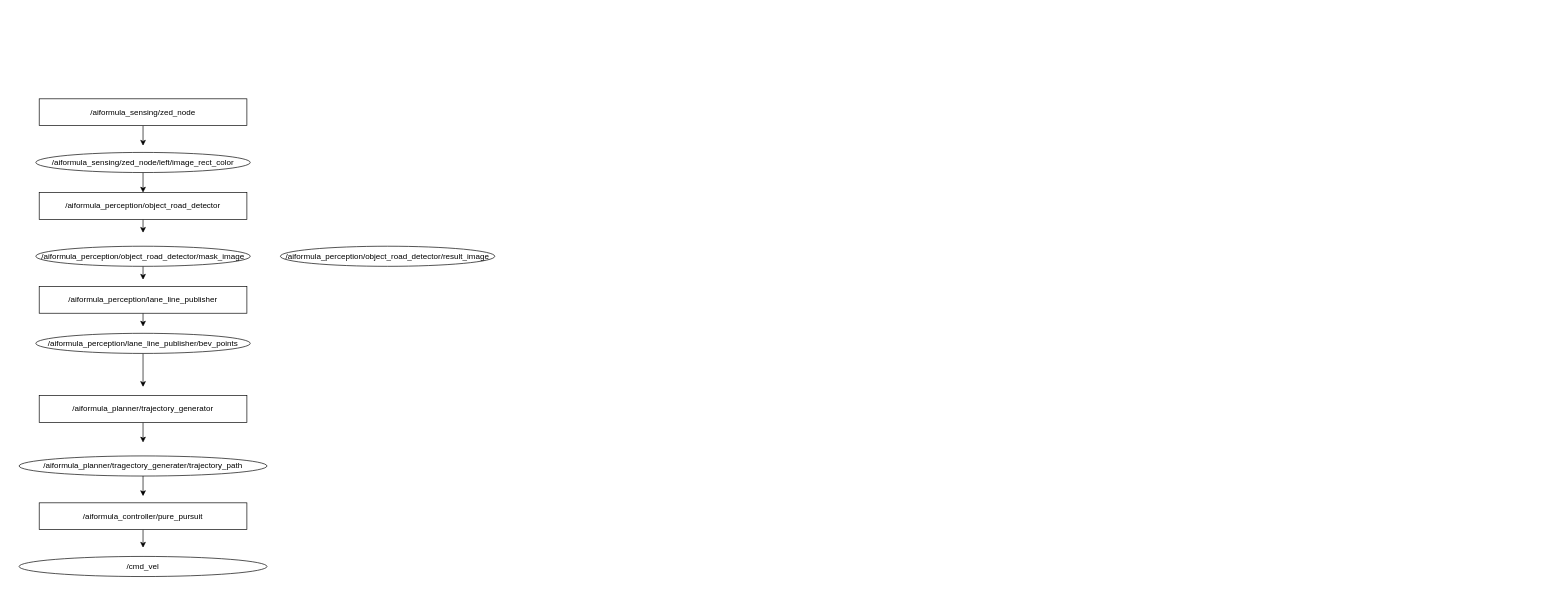
aiformula-support/aiformula_common keeps this draw.io diagram as documents/system_architecture.drawio. Above is the earlier version. Source tidied: cells renumbered, new cells numbered last; positions are measured from the earlier drawing's top-left corner, leaving out a move shared by most shapes. Both pictures are drawn from the tidied source at 67%, with x=0, y=0 at pixel (19, 98).
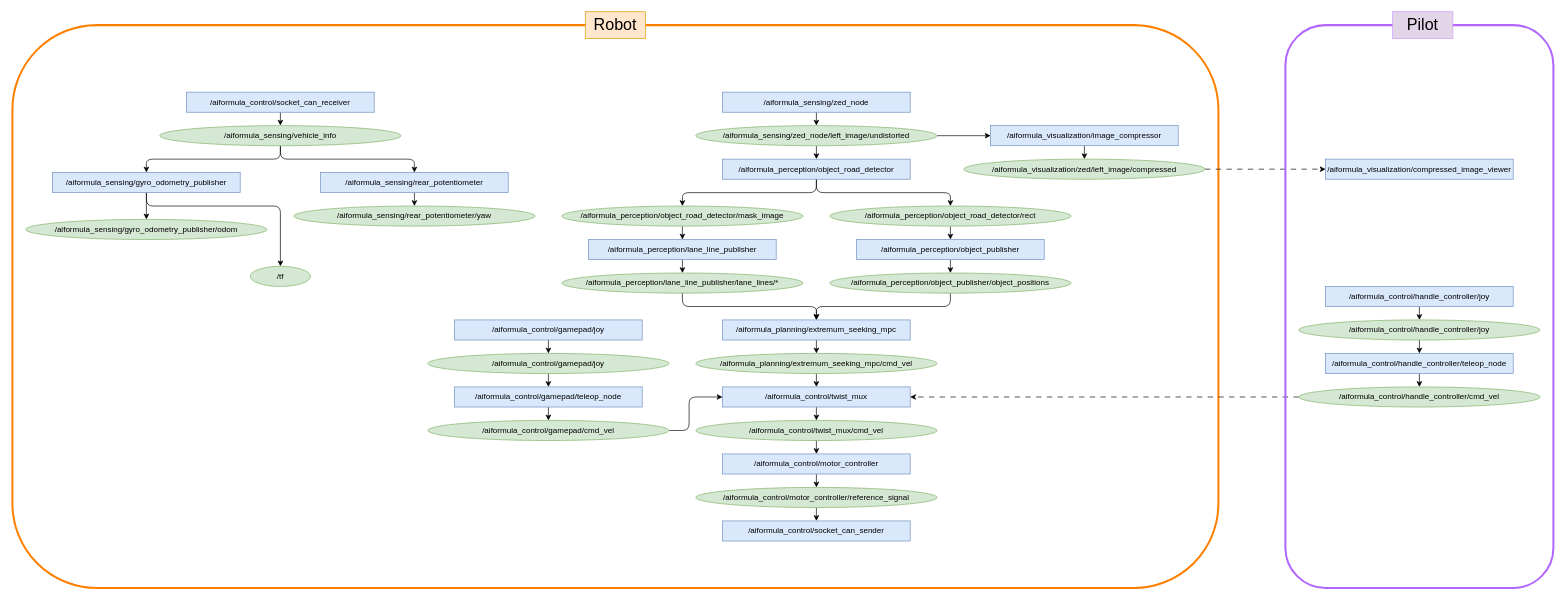
After the change.

What changed in the source:
```diff
@@
+    <mxCell id="22" style="rounded=1;whiteSpace=wrap;html=1;fillColor=none;strokeColor=#FF8000;strokeWidth=3;" parent="1" vertex="1">
+      <mxGeometry x="-10" y="-110" width="1800" height="840" as="geometry" />
+    </mxCell>
-    <mxCell id="2" style="edgeStyle=none;html=1;" parent="1" edge="1" source="3">
-      <mxGeometry relative="1" as="geometry">
-        <mxPoint x="185" y="70" as="targetPoint" />
-      </mxGeometry>
+    <mxCell id="2" style="edgeStyle=none;html=1;entryX=0.5;entryY=0;entryDx=0;entryDy=0;exitX=0.5;exitY=1;exitDx=0;exitDy=0;" parent="1" edge="1" source="3" target="7">
+      <mxGeometry relative="1" as="geometry" />
     </mxCell>
-    <mxCell id="3" value="/aiformula_sensing/zed_node" style="whiteSpace=wrap;html=1;" parent="1" vertex="1">
-      <mxGeometry x="30" width="310" height="40" as="geometry" />
+    <mxCell id="3" value="/aiformula_sensing/zed_node" style="whiteSpace=wrap;html=1;fillColor=#dae8fc;strokeColor=#6c8ebf;" parent="1" vertex="1">
+      <mxGeometry x="1050" y="-10" width="280" height="30" as="geometry" />
     </mxCell>
-    <mxCell id="4" style="edgeStyle=none;html=1;exitX=0.5;exitY=1;exitDx=0;exitDy=0;" parent="1" edge="1" source="5">
-      <mxGeometry relative="1" as="geometry">
-        <mxPoint x="185" y="200" as="targetPoint" />
-      </mxGeometry>
-    </mxCell>
+    <mxCell id="23" style="edgeStyle=orthogonalEdgeStyle;html=1;exitX=0.5;exitY=1;exitDx=0;exitDy=0;entryX=0.5;entryY=0;entryDx=0;entryDy=0;" parent="1" edge="1" source="5" target="10">
+      <mxGeometry relative="1" as="geometry" />
+    </mxCell>
+    <mxCell id="24" style="edgeStyle=orthogonalEdgeStyle;html=1;exitX=0.5;exitY=1;exitDx=0;exitDy=0;entryX=0.5;entryY=0;entryDx=0;entryDy=0;" parent="1" edge="1" source="5" target="12">
+      <mxGeometry relative="1" as="geometry" />
+    </mxCell>
-    <mxCell id="5" value="/aiformula_perception/object_road_detector" style="whiteSpace=wrap;html=1;" parent="1" vertex="1">
-      <mxGeometry x="30" y="140" width="310" height="40" as="geometry" />
+    <mxCell id="5" value="/aiformula_perception/object_road_detector" style="whiteSpace=wrap;html=1;fillColor=#dae8fc;strokeColor=#6c8ebf;" parent="1" vertex="1">
+      <mxGeometry x="1050" y="90" width="280" height="30" as="geometry" />
     </mxCell>
@@
+    <mxCell id="25" style="edgeStyle=none;html=1;exitX=1;exitY=0.5;exitDx=0;exitDy=0;entryX=0;entryY=0.5;entryDx=0;entryDy=0;" parent="1" edge="1" source="7" target="41">
+      <mxGeometry relative="1" as="geometry" />
+    </mxCell>
-    <mxCell id="7" value="/aiformula_sensing/zed_node/left/image_rect_color" style="ellipse;whiteSpace=wrap;html=1;" parent="1" vertex="1">
-      <mxGeometry x="25" y="80" width="320" height="30" as="geometry" />
+    <mxCell id="7" value="/aiformula_sensing/zed_node/left_image/undistorted" style="ellipse;whiteSpace=wrap;html=1;fillColor=#d5e8d4;strokeColor=#82b366;" parent="1" vertex="1">
+      <mxGeometry x="1010" y="40" width="360" height="30" as="geometry" />
     </mxCell>
-    <mxCell id="8" style="edgeStyle=none;html=1;exitX=0.5;exitY=1;exitDx=0;exitDy=0;" parent="1" edge="1" source="9">
-      <mxGeometry relative="1" as="geometry">
-        <mxPoint x="185" y="340" as="targetPoint" />
-      </mxGeometry>
+    <mxCell id="8" style="edgeStyle=none;html=1;exitX=0.5;exitY=1;exitDx=0;exitDy=0;entryX=0.5;entryY=0;entryDx=0;entryDy=0;" parent="1" edge="1" source="9" target="16">
+      <mxGeometry relative="1" as="geometry" />
     </mxCell>
-    <mxCell id="9" value="/aiformula_perception/lane_line_publisher" style="whiteSpace=wrap;html=1;" parent="1" vertex="1">
-      <mxGeometry x="30" y="280" width="310" height="40" as="geometry" />
+    <mxCell id="9" value="/aiformula_perception/lane_line_publisher" style="whiteSpace=wrap;html=1;fillColor=#dae8fc;strokeColor=#6c8ebf;" parent="1" vertex="1">
+      <mxGeometry x="850" y="210" width="280" height="30" as="geometry" />
     </mxCell>
+    <mxCell id="26" style="edgeStyle=none;html=1;exitX=0.5;exitY=1;exitDx=0;exitDy=0;entryX=0.5;entryY=0;entryDx=0;entryDy=0;" parent="1" edge="1" source="10" target="29">
+      <mxGeometry relative="1" as="geometry" />
+    </mxCell>
-    <mxCell id="10" value="/aiformula_perception/object_road_detector/result_image" style="ellipse;whiteSpace=wrap;html=1;" parent="1" vertex="1">
-      <mxGeometry x="390" y="220" width="320" height="30" as="geometry" />
+    <mxCell id="10" value="/aiformula_perception/object_road_detector/rect" style="ellipse;whiteSpace=wrap;html=1;fillColor=#d5e8d4;strokeColor=#82b366;" parent="1" vertex="1">
+      <mxGeometry x="1210" y="160" width="360" height="30" as="geometry" />
     </mxCell>
-    <mxCell id="11" style="edgeStyle=none;html=1;exitX=0.5;exitY=1;exitDx=0;exitDy=0;" parent="1" edge="1" source="12">
-      <mxGeometry relative="1" as="geometry">
-        <mxPoint x="185" y="270" as="targetPoint" />
-      </mxGeometry>
+    <mxCell id="11" style="edgeStyle=none;html=1;exitX=0.5;exitY=1;exitDx=0;exitDy=0;entryX=0.5;entryY=0;entryDx=0;entryDy=0;" parent="1" edge="1" source="12" target="9">
+      <mxGeometry relative="1" as="geometry" />
     </mxCell>
-    <mxCell id="12" value="/aiformula_perception/object_road_detector/mask_image" style="ellipse;whiteSpace=wrap;html=1;" parent="1" vertex="1">
-      <mxGeometry x="25" y="220" width="320" height="30" as="geometry" />
+    <mxCell id="12" value="/aiformula_perception/object_road_detector/mask_image" style="ellipse;whiteSpace=wrap;html=1;fillColor=#d5e8d4;strokeColor=#82b366;" parent="1" vertex="1">
+      <mxGeometry x="810" y="160" width="360" height="30" as="geometry" />
     </mxCell>
-    <mxCell id="13" style="edgeStyle=none;html=1;exitX=0.5;exitY=1;exitDx=0;exitDy=0;" parent="1" edge="1" source="14">
-      <mxGeometry relative="1" as="geometry">
-        <mxPoint x="185" y="513" as="targetPoint" />
-      </mxGeometry>
+    <mxCell id="13" style="edgeStyle=none;html=1;exitX=0.5;exitY=1;exitDx=0;exitDy=0;entryX=0.5;entryY=0;entryDx=0;entryDy=0;" parent="1" edge="1" source="14" target="18">
+      <mxGeometry relative="1" as="geometry" />
     </mxCell>
-    <mxCell id="14" value="/aiformula_planner/trajectory_generator" style="whiteSpace=wrap;html=1;" parent="1" vertex="1">
-      <mxGeometry x="30" y="443" width="310" height="40" as="geometry" />
+    <mxCell id="14" value="/aiformula_planning/extremum_seeking_mpc" style="whiteSpace=wrap;html=1;fillColor=#dae8fc;strokeColor=#6c8ebf;" parent="1" vertex="1">
+      <mxGeometry x="1050" y="330" width="280" height="30" as="geometry" />
     </mxCell>
-    <mxCell id="15" style="edgeStyle=none;html=1;exitX=0.5;exitY=1;exitDx=0;exitDy=0;" parent="1" edge="1" source="16">
-      <mxGeometry relative="1" as="geometry">
-        <mxPoint x="185" y="430" as="targetPoint" />
-      </mxGeometry>
+    <mxCell id="15" style="edgeStyle=orthogonalEdgeStyle;html=1;exitX=0.5;exitY=1;exitDx=0;exitDy=0;entryX=0.5;entryY=0;entryDx=0;entryDy=0;" parent="1" edge="1" source="16" target="14">
+      <mxGeometry relative="1" as="geometry" />
     </mxCell>
-    <mxCell id="16" value="/aiformula_perception/lane_line_publisher/bev_points" style="ellipse;whiteSpace=wrap;html=1;" parent="1" vertex="1">
-      <mxGeometry x="25" y="350" width="320" height="30" as="geometry" />
+    <mxCell id="16" value="/aiformula_perception/lane_line_publisher/lane_lines/*" style="ellipse;whiteSpace=wrap;html=1;fillColor=#d5e8d4;strokeColor=#82b366;" parent="1" vertex="1">
+      <mxGeometry x="810" y="260" width="360" height="30" as="geometry" />
     </mxCell>
-    <mxCell id="17" style="edgeStyle=none;html=1;exitX=0.5;exitY=1;exitDx=0;exitDy=0;" parent="1" edge="1" source="18">
-      <mxGeometry relative="1" as="geometry">
-        <mxPoint x="185" y="593" as="targetPoint" />
-      </mxGeometry>
+    <mxCell id="17" style="edgeStyle=none;html=1;exitX=0.5;exitY=1;exitDx=0;exitDy=0;entryX=0.5;entryY=0;entryDx=0;entryDy=0;" parent="1" edge="1" source="18" target="20">
+      <mxGeometry relative="1" as="geometry" />
     </mxCell>
-    <mxCell id="18" value="/aiformula_planner/tragectory_generater/trajectory_path" style="ellipse;whiteSpace=wrap;html=1;" parent="1" vertex="1">
-      <mxGeometry y="533" width="370" height="30" as="geometry" />
+    <mxCell id="18" value="/aiformula_planning/extremum_seeking_mpc/cmd_vel" style="ellipse;whiteSpace=wrap;html=1;fillColor=#d5e8d4;strokeColor=#82b366;" parent="1" vertex="1">
+      <mxGeometry x="1010" y="380" width="360" height="30" as="geometry" />
     </mxCell>
-    <mxCell id="19" style="edgeStyle=none;html=1;exitX=0.5;exitY=1;exitDx=0;exitDy=0;" parent="1" edge="1" source="20">
-      <mxGeometry relative="1" as="geometry">
-        <mxPoint x="185" y="670" as="targetPoint" />
-      </mxGeometry>
+    <mxCell id="19" style="edgeStyle=none;html=1;exitX=0.5;exitY=1;exitDx=0;exitDy=0;entryX=0.5;entryY=0;entryDx=0;entryDy=0;" parent="1" edge="1" source="20" target="21">
+      <mxGeometry relative="1" as="geometry" />
     </mxCell>
-    <mxCell id="20" value="/aiformula_controller/pure_pursuit" style="whiteSpace=wrap;html=1;" parent="1" vertex="1">
-      <mxGeometry x="30" y="603" width="310" height="40" as="geometry" />
+    <mxCell id="20" value="/aiformula_control/twist_mux" style="whiteSpace=wrap;html=1;fillColor=#dae8fc;strokeColor=#6c8ebf;" parent="1" vertex="1">
+      <mxGeometry x="1050" y="430" width="280" height="30" as="geometry" />
     </mxCell>
+    <mxCell id="27" style="edgeStyle=none;html=1;exitX=0.5;exitY=1;exitDx=0;exitDy=0;entryX=0.5;entryY=0;entryDx=0;entryDy=0;" parent="1" edge="1" source="21" target="53">
+      <mxGeometry relative="1" as="geometry" />
+    </mxCell>
-    <mxCell id="21" value="/cmd_vel" style="ellipse;whiteSpace=wrap;html=1;" parent="1" vertex="1">
-      <mxGeometry y="683" width="370" height="30" as="geometry" />
+    <mxCell id="21" value="/aiformula_control/twist_mux/cmd_vel" style="ellipse;whiteSpace=wrap;html=1;fillColor=#d5e8d4;strokeColor=#82b366;" parent="1" vertex="1">
+      <mxGeometry x="1010" y="480" width="360" height="30" as="geometry" />
     </mxCell>
+    <mxCell id="28" style="edgeStyle=none;html=1;entryX=0.5;entryY=0;entryDx=0;entryDy=0;exitX=0.5;exitY=1;exitDx=0;exitDy=0;" parent="1" edge="1" source="29" target="31">
+      <mxGeometry relative="1" as="geometry" />
+    </mxCell>
+    <mxCell id="29" value="/aiformula_perception/object_publisher" style="whiteSpace=wrap;html=1;fillColor=#dae8fc;strokeColor=#6c8ebf;" parent="1" vertex="1">
+      <mxGeometry x="1250" y="210" width="280" height="30" as="geometry" />
+    </mxCell>
+    <mxCell id="30" style="edgeStyle=orthogonalEdgeStyle;html=1;exitX=0.5;exitY=1;exitDx=0;exitDy=0;entryX=0.5;entryY=0;entryDx=0;entryDy=0;" parent="1" edge="1" source="31" target="14">
+      <mxGeometry relative="1" as="geometry" />
+    </mxCell>
+    <mxCell id="31" value="/aiformula_perception/object_publisher/object_positions" style="ellipse;whiteSpace=wrap;html=1;fillColor=#d5e8d4;strokeColor=#82b366;" parent="1" vertex="1">
+      <mxGeometry x="1210" y="260" width="360" height="30" as="geometry" />
+    </mxCell>
+    <mxCell id="32" style="edgeStyle=none;html=1;entryX=0.5;entryY=0;entryDx=0;entryDy=0;exitX=0.5;exitY=1;exitDx=0;exitDy=0;" parent="1" edge="1" source="33" target="35">
+      <mxGeometry relative="1" as="geometry" />
+    </mxCell>
+    <mxCell id="33" value="/aiformula_control/gamepad/joy" style="whiteSpace=wrap;html=1;fillColor=#dae8fc;strokeColor=#6c8ebf;" parent="1" vertex="1">
+      <mxGeometry x="650" y="330" width="280" height="30" as="geometry" />
+    </mxCell>
+    <mxCell id="34" style="edgeStyle=none;html=1;exitX=0.5;exitY=1;exitDx=0;exitDy=0;entryX=0.5;entryY=0;entryDx=0;entryDy=0;" parent="1" edge="1" source="35" target="37">
+      <mxGeometry relative="1" as="geometry" />
+    </mxCell>
+    <mxCell id="35" value="&lt;span style=&quot;color: rgb(0, 0, 0);&quot;&gt;/aiformula_control/gamepad/joy&lt;/span&gt;" style="ellipse;whiteSpace=wrap;html=1;fillColor=#d5e8d4;strokeColor=#82b366;" parent="1" vertex="1">
+      <mxGeometry x="610" y="380" width="360" height="30" as="geometry" />
+    </mxCell>
+    <mxCell id="36" style="edgeStyle=none;html=1;entryX=0.5;entryY=0;entryDx=0;entryDy=0;exitX=0.5;exitY=1;exitDx=0;exitDy=0;" parent="1" edge="1" source="37" target="39">
+      <mxGeometry relative="1" as="geometry" />
+    </mxCell>
+    <mxCell id="37" value="/aiformula_control/gamepad/teleop_node" style="whiteSpace=wrap;html=1;fillColor=#dae8fc;strokeColor=#6c8ebf;" parent="1" vertex="1">
+      <mxGeometry x="650" y="430" width="280" height="30" as="geometry" />
+    </mxCell>
+    <mxCell id="38" style="html=1;exitX=1;exitY=0.5;exitDx=0;exitDy=0;entryX=0;entryY=0.5;entryDx=0;entryDy=0;edgeStyle=orthogonalEdgeStyle;" parent="1" edge="1" source="39" target="20">
+      <mxGeometry relative="1" as="geometry">
+        <Array as="points">
+          <mxPoint x="1000" y="495" />
+          <mxPoint x="1000" y="445" />
+        </Array>
+      </mxGeometry>
+    </mxCell>
+    <mxCell id="39" value="&lt;span style=&quot;color: rgb(0, 0, 0);&quot;&gt;/aiformula_control/gamepad/cmd_vel&lt;/span&gt;" style="ellipse;whiteSpace=wrap;html=1;fillColor=#d5e8d4;strokeColor=#82b366;" parent="1" vertex="1">
+      <mxGeometry x="610" y="480" width="360" height="30" as="geometry" />
+    </mxCell>
+    <mxCell id="40" style="edgeStyle=none;html=1;entryX=0.5;entryY=0;entryDx=0;entryDy=0;exitX=0.5;exitY=1;exitDx=0;exitDy=0;" parent="1" edge="1" source="41" target="43">
+      <mxGeometry relative="1" as="geometry" />
+    </mxCell>
+    <mxCell id="41" value="/aiformula_visualization/image_compressor" style="whiteSpace=wrap;html=1;fillColor=#dae8fc;strokeColor=#6c8ebf;" parent="1" vertex="1">
+      <mxGeometry x="1450" y="40" width="280" height="30" as="geometry" />
+    </mxCell>
+    <mxCell id="42" style="edgeStyle=none;html=1;exitX=1;exitY=0.5;exitDx=0;exitDy=0;entryX=0;entryY=0.5;entryDx=0;entryDy=0;dashed=1;dashPattern=8 8;" parent="1" edge="1" source="43" target="69">
+      <mxGeometry relative="1" as="geometry" />
+    </mxCell>
+    <mxCell id="43" value="&lt;span style=&quot;color: rgb(0, 0, 0);&quot;&gt;/aiformula_&lt;span style=&quot;color: rgb(0, 0, 0);&quot;&gt;visualization&lt;/span&gt;/zed/left_image/compressed&lt;/span&gt;" style="ellipse;whiteSpace=wrap;html=1;fillColor=#d5e8d4;strokeColor=#82b366;" parent="1" vertex="1">
+      <mxGeometry x="1410" y="90" width="360" height="30" as="geometry" />
+    </mxCell>
+    <mxCell id="44" style="edgeStyle=none;html=1;entryX=0.5;entryY=0;entryDx=0;entryDy=0;exitX=0.5;exitY=1;exitDx=0;exitDy=0;" parent="1" edge="1" source="45" target="47">
+      <mxGeometry relative="1" as="geometry" />
+    </mxCell>
+    <mxCell id="45" value="/aiformula_control/handle_controller/joy" style="whiteSpace=wrap;html=1;fillColor=#dae8fc;strokeColor=#6c8ebf;" parent="1" vertex="1">
+      <mxGeometry x="1950" y="280" width="280" height="30" as="geometry" />
+    </mxCell>
+    <mxCell id="46" style="edgeStyle=none;html=1;exitX=0.5;exitY=1;exitDx=0;exitDy=0;entryX=0.5;entryY=0;entryDx=0;entryDy=0;" parent="1" edge="1" source="47" target="49">
+      <mxGeometry relative="1" as="geometry" />
+    </mxCell>
+    <mxCell id="47" value="&lt;span style=&quot;color: rgb(0, 0, 0);&quot;&gt;/aiformula_control/&lt;span style=&quot;color: rgb(0, 0, 0);&quot;&gt;handle_controller&lt;/span&gt;/joy&lt;/span&gt;" style="ellipse;whiteSpace=wrap;html=1;fillColor=#d5e8d4;strokeColor=#82b366;" parent="1" vertex="1">
+      <mxGeometry x="1910" y="330" width="360" height="30" as="geometry" />
+    </mxCell>
+    <mxCell id="48" style="edgeStyle=none;html=1;entryX=0.5;entryY=0;entryDx=0;entryDy=0;exitX=0.5;exitY=1;exitDx=0;exitDy=0;" parent="1" edge="1" source="49" target="51">
+      <mxGeometry relative="1" as="geometry" />
+    </mxCell>
+    <mxCell id="49" value="/aiformula_control/&lt;span style=&quot;color: rgb(0, 0, 0);&quot;&gt;handle_controller&lt;/span&gt;/teleop_node" style="whiteSpace=wrap;html=1;fillColor=#dae8fc;strokeColor=#6c8ebf;" parent="1" vertex="1">
+      <mxGeometry x="1950" y="380" width="280" height="30" as="geometry" />
+    </mxCell>
+    <mxCell id="50" style="edgeStyle=none;html=1;exitX=0;exitY=0.5;exitDx=0;exitDy=0;entryX=1;entryY=0.5;entryDx=0;entryDy=0;dashed=1;dashPattern=8 8;" parent="1" edge="1" source="51" target="20">
+      <mxGeometry relative="1" as="geometry" />
+    </mxCell>
+    <mxCell id="51" value="&lt;span style=&quot;color: rgb(0, 0, 0);&quot;&gt;/aiformula_control/&lt;span style=&quot;color: rgb(0, 0, 0);&quot;&gt;handle_controller&lt;/span&gt;/cmd_vel&lt;/span&gt;" style="ellipse;whiteSpace=wrap;html=1;fillColor=#d5e8d4;strokeColor=#82b366;" parent="1" vertex="1">
+      <mxGeometry x="1910" y="430" width="360" height="30" as="geometry" />
+    </mxCell>
+    <mxCell id="52" style="edgeStyle=none;html=1;exitX=0.5;exitY=1;exitDx=0;exitDy=0;entryX=0.5;entryY=0;entryDx=0;entryDy=0;" parent="1" edge="1" source="53" target="55">
+      <mxGeometry relative="1" as="geometry" />
+    </mxCell>
+    <mxCell id="53" value="/aiformula_control/motor_controller" style="whiteSpace=wrap;html=1;fillColor=#dae8fc;strokeColor=#6c8ebf;" parent="1" vertex="1">
+      <mxGeometry x="1050" y="530" width="280" height="30" as="geometry" />
+    </mxCell>
+    <mxCell id="54" style="edgeStyle=none;html=1;exitX=0.5;exitY=1;exitDx=0;exitDy=0;entryX=0.5;entryY=0;entryDx=0;entryDy=0;" parent="1" edge="1" source="55" target="56">
+      <mxGeometry relative="1" as="geometry" />
+    </mxCell>
+    <mxCell id="55" value="&lt;span style=&quot;color: rgb(0, 0, 0);&quot;&gt;/aiformula_control/motor_controller/reference_signal&lt;/span&gt;" style="ellipse;whiteSpace=wrap;html=1;fillColor=#d5e8d4;strokeColor=#82b366;" parent="1" vertex="1">
+      <mxGeometry x="1010" y="580" width="360" height="30" as="geometry" />
+    </mxCell>
+    <mxCell id="56" value="/aiformula_control/socket_can_sender" style="whiteSpace=wrap;html=1;fillColor=#dae8fc;strokeColor=#6c8ebf;" parent="1" vertex="1">
+      <mxGeometry x="1050" y="630" width="280" height="30" as="geometry" />
+    </mxCell>
+    <mxCell id="57" style="edgeStyle=none;html=1;entryX=0.5;entryY=0;entryDx=0;entryDy=0;exitX=0.5;exitY=1;exitDx=0;exitDy=0;" parent="1" edge="1" source="58" target="64">
+      <mxGeometry relative="1" as="geometry" />
+    </mxCell>
+    <mxCell id="58" value="&lt;span style=&quot;color: rgb(0, 0, 0);&quot;&gt;/aiformula_control/socket_can_receiver&lt;/span&gt;" style="whiteSpace=wrap;html=1;fillColor=#dae8fc;strokeColor=#6c8ebf;" parent="1" vertex="1">
+      <mxGeometry x="250" y="-10" width="280" height="30" as="geometry" />
+    </mxCell>
+    <mxCell id="59" style="edgeStyle=none;html=1;exitX=0.5;exitY=1;exitDx=0;exitDy=0;entryX=0.5;entryY=0;entryDx=0;entryDy=0;" parent="1" edge="1" source="61" target="65">
+      <mxGeometry relative="1" as="geometry" />
+    </mxCell>
+    <mxCell id="60" style="edgeStyle=orthogonalEdgeStyle;html=1;exitX=0.5;exitY=1;exitDx=0;exitDy=0;entryX=0.5;entryY=0;entryDx=0;entryDy=0;" parent="1" edge="1" source="61" target="70">
+      <mxGeometry relative="1" as="geometry">
+        <Array as="points">
+          <mxPoint x="190" y="160" />
+          <mxPoint x="390" y="160" />
+        </Array>
+      </mxGeometry>
+    </mxCell>
+    <mxCell id="61" value="/aiformula_sensing/gyro_odometry_publisher" style="whiteSpace=wrap;html=1;fillColor=#dae8fc;strokeColor=#6c8ebf;" parent="1" vertex="1">
+      <mxGeometry x="50" y="110" width="280" height="30" as="geometry" />
+    </mxCell>
+    <mxCell id="62" style="edgeStyle=orthogonalEdgeStyle;html=1;exitX=0.5;exitY=1;exitDx=0;exitDy=0;entryX=0.5;entryY=0;entryDx=0;entryDy=0;" parent="1" edge="1" source="64" target="61">
+      <mxGeometry relative="1" as="geometry" />
+    </mxCell>
+    <mxCell id="63" style="edgeStyle=orthogonalEdgeStyle;html=1;exitX=0.5;exitY=1;exitDx=0;exitDy=0;entryX=0.5;entryY=0;entryDx=0;entryDy=0;" parent="1" edge="1" source="64" target="67">
+      <mxGeometry relative="1" as="geometry" />
+    </mxCell>
+    <mxCell id="64" value="/aiformula_sensing/vehicle_info" style="ellipse;whiteSpace=wrap;html=1;fillColor=#d5e8d4;strokeColor=#82b366;" parent="1" vertex="1">
+      <mxGeometry x="210" y="40" width="360" height="30" as="geometry" />
+    </mxCell>
+    <mxCell id="65" value="/aiformula_sensing/gyro_odometry_publisher/odom" style="ellipse;whiteSpace=wrap;html=1;fillColor=#d5e8d4;strokeColor=#82b366;" parent="1" vertex="1">
+      <mxGeometry x="10" y="180" width="360" height="30" as="geometry" />
+    </mxCell>
+    <mxCell id="66" style="edgeStyle=none;html=1;exitX=0.5;exitY=1;exitDx=0;exitDy=0;entryX=0.5;entryY=0;entryDx=0;entryDy=0;" parent="1" edge="1" source="67" target="68">
+      <mxGeometry relative="1" as="geometry" />
+    </mxCell>
+    <mxCell id="67" value="/aiformula_sensing/rear_potentiometer" style="whiteSpace=wrap;html=1;fillColor=#dae8fc;strokeColor=#6c8ebf;" parent="1" vertex="1">
+      <mxGeometry x="450" y="110" width="280" height="30" as="geometry" />
+    </mxCell>
+    <mxCell id="68" value="&lt;span style=&quot;color: rgb(0, 0, 0);&quot;&gt;/aiformula_sensing/rear_potentiometer/yaw&lt;/span&gt;" style="ellipse;whiteSpace=wrap;html=1;fillColor=#d5e8d4;strokeColor=#82b366;" parent="1" vertex="1">
+      <mxGeometry x="410" y="160" width="360" height="30" as="geometry" />
+    </mxCell>
+    <mxCell id="69" value="/aiformula_visualization/compressed_&lt;span style=&quot;color: rgb(0, 0, 0);&quot;&gt;image_viewer&lt;/span&gt;" style="whiteSpace=wrap;html=1;fillColor=#dae8fc;strokeColor=#6c8ebf;" parent="1" vertex="1">
+      <mxGeometry x="1950" y="90" width="280" height="30" as="geometry" />
+    </mxCell>
+    <mxCell id="70" value="/tf" style="ellipse;whiteSpace=wrap;html=1;fillColor=#d5e8d4;strokeColor=#82b366;" parent="1" vertex="1">
+      <mxGeometry x="345" y="250" width="90" height="30" as="geometry" />
+    </mxCell>
+    <mxCell id="71" value="Robot" style="whiteSpace=wrap;html=1;fillColor=#ffe6cc;strokeColor=#d79b00;fontSize=24;" parent="1" vertex="1">
+      <mxGeometry x="845" y="-130" width="90" height="40" as="geometry" />
+    </mxCell>
+    <mxCell id="72" style="rounded=1;whiteSpace=wrap;html=1;fillColor=none;strokeColor=#B266FF;strokeWidth=3;" parent="1" vertex="1">
+      <mxGeometry x="1890" y="-110" width="400" height="840" as="geometry" />
+    </mxCell>
+    <mxCell id="73" value="Pilot" style="whiteSpace=wrap;html=1;fillColor=#e1d5e7;strokeColor=#CC99FF;fontSize=24;" parent="1" vertex="1">
+      <mxGeometry x="2050" y="-130" width="90" height="40" as="geometry" />
+    </mxCell>
```
